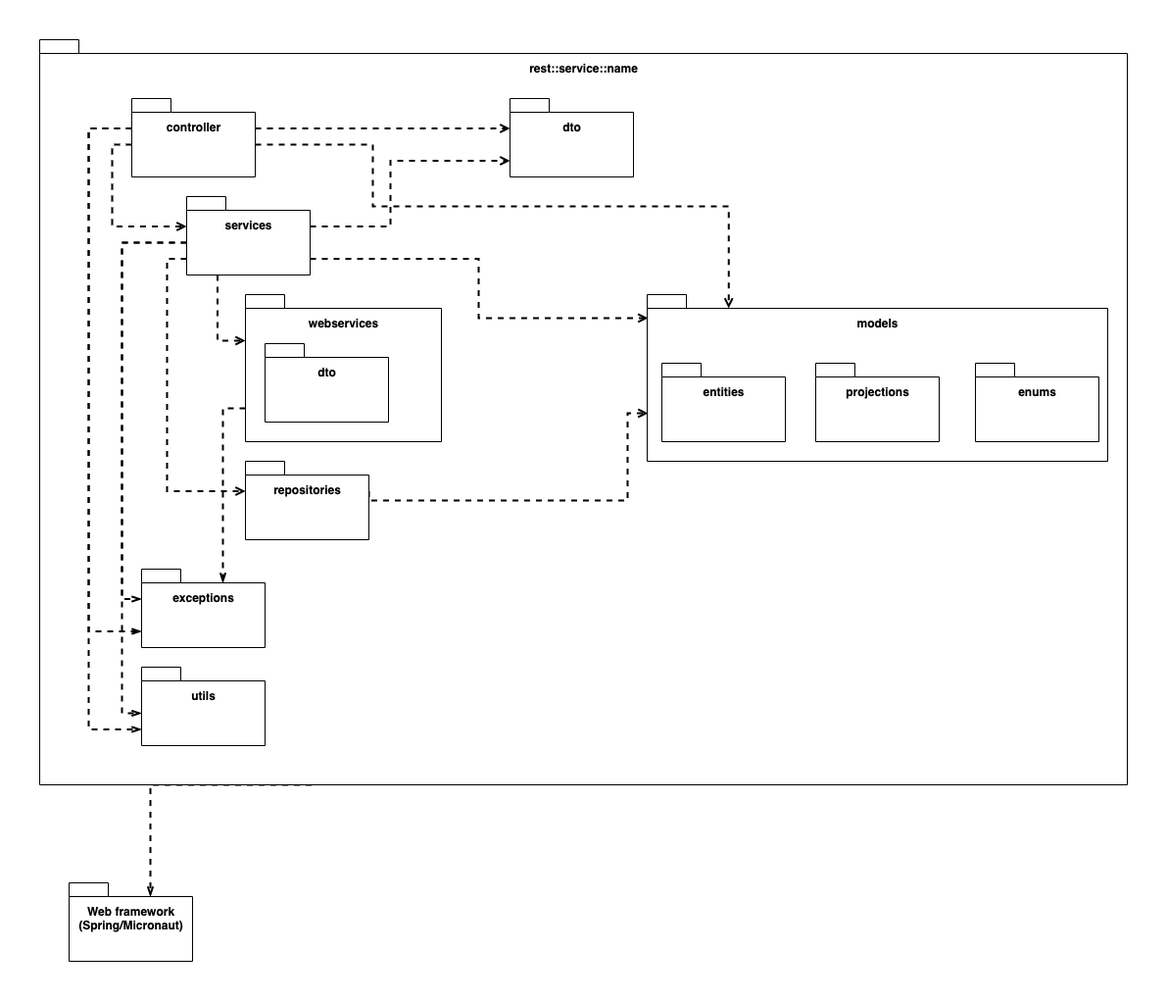
Before: diagrams/UML_Package_Backend_Service_Template.png, a diagram exported from draw.io (henrikengelbrink/se35-docs). Source tidied: cells renumbered, new cells last; positions are measured from the earlier drawing's top-left corner, leaving out a move shared by most shapes.
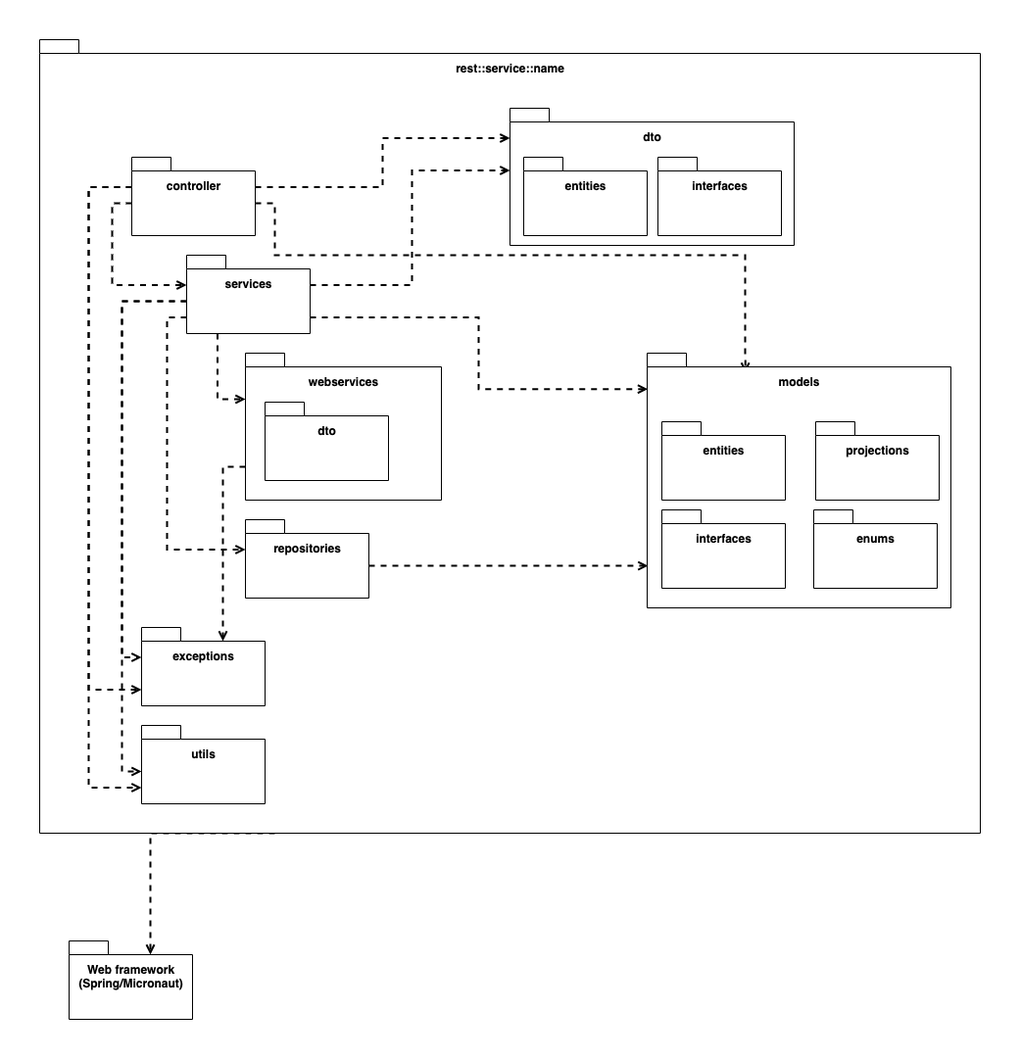
After the commit.

Commit message:
fix: Replaced package uml

Diff of the diagram source:
```diff
@@ -2,15 +2,15 @@
   <root>
     <mxCell id="0" />
     <mxCell id="1" parent="0" />
-    <mxCell id="2" style="edgeStyle=orthogonalEdgeStyle;rounded=0;jettySize=auto;html=1;exitX=0.25;exitY=1;exitDx=0;exitDy=0;exitPerimeter=0;entryX=0;entryY=0;entryDx=83;entryDy=14;entryPerimeter=0;dashed=1;endArrow=openThin;endFill=0;strokeWidth=2;" parent="1" edge="1" source="3" target="30">
+    <mxCell id="2" style="edgeStyle=orthogonalEdgeStyle;rounded=0;jettySize=auto;html=1;exitX=0.25;exitY=1;exitDx=0;exitDy=0;exitPerimeter=0;entryX=0;entryY=0;entryDx=83;entryDy=14;entryPerimeter=0;dashed=1;endArrow=open;endFill=0;strokeWidth=2;" parent="1" edge="1" source="3" target="30">
       <mxGeometry relative="1" as="geometry">
         <Array as="points">
-          <mxPoint x="113" y="760" />
+          <mxPoint x="113" y="750" />
         </Array>
       </mxGeometry>
     </mxCell>
     <mxCell id="3" value="rest::service::name" style="shape=folder;fontStyle=1;spacingTop=16;tabWidth=40;tabHeight=14;tabPosition=left;html=1;verticalAlign=top;" parent="1" vertex="1">
-      <mxGeometry width="1110" height="760" as="geometry" />
+      <mxGeometry y="-60" width="960" height="810" as="geometry" />
     </mxCell>
     <mxCell id="4" style="edgeStyle=orthogonalEdgeStyle;rounded=0;jettySize=auto;html=1;exitX=0;exitY=0;exitDx=0;exitDy=47;exitPerimeter=0;entryX=0;entryY=0;entryDx=0;entryDy=30.5;entryPerimeter=0;strokeWidth=2;dashed=1;endArrow=open;endFill=0;" parent="1" edge="1" source="9" target="16">
       <mxGeometry relative="1" as="geometry">
@@ -23,16 +23,7 @@
     <mxCell id="5" style="edgeStyle=orthogonalEdgeStyle;rounded=0;jettySize=auto;html=1;exitX=0;exitY=0;exitDx=126;exitDy=30.5;exitPerimeter=0;entryX=0;entryY=0;entryDx=0;entryDy=30.5;entryPerimeter=0;strokeWidth=2;dashed=1;endArrow=open;endFill=0;" parent="1" edge="1" source="9" target="21">
       <mxGeometry relative="1" as="geometry" />
     </mxCell>
-    <mxCell id="6" style="edgeStyle=orthogonalEdgeStyle;rounded=0;jettySize=auto;html=1;exitX=0;exitY=0;exitDx=126;exitDy=47;exitPerimeter=0;entryX=0.177;entryY=0.082;entryDx=0;entryDy=0;entryPerimeter=0;strokeWidth=2;dashed=1;endArrow=open;endFill=0;" parent="1" edge="1" source="9" target="25">
-      <mxGeometry relative="1" as="geometry">
-        <Array as="points">
-          <mxPoint x="340" y="107" />
-          <mxPoint x="340" y="170" />
-          <mxPoint x="703" y="170" />
-        </Array>
-      </mxGeometry>
-    </mxCell>
-    <mxCell id="7" style="edgeStyle=orthogonalEdgeStyle;rounded=0;jettySize=auto;html=1;exitX=0;exitY=0;exitDx=0;exitDy=30.5;exitPerimeter=0;entryX=0;entryY=0;entryDx=0;entryDy=63.5;entryPerimeter=0;dashed=1;endArrow=openThin;endFill=0;strokeWidth=2;" parent="1" edge="1" source="9" target="22">
+    <mxCell id="7" style="edgeStyle=orthogonalEdgeStyle;rounded=0;jettySize=auto;html=1;exitX=0;exitY=0;exitDx=0;exitDy=30.5;exitPerimeter=0;entryX=0;entryY=0;entryDx=0;entryDy=63.5;entryPerimeter=0;dashed=1;endArrow=open;endFill=0;strokeWidth=2;" parent="1" edge="1" source="9" target="22">
       <mxGeometry relative="1" as="geometry">
         <Array as="points">
           <mxPoint x="50" y="91" />
@@ -40,7 +31,7 @@
         </Array>
       </mxGeometry>
     </mxCell>
-    <mxCell id="8" style="edgeStyle=orthogonalEdgeStyle;rounded=0;jettySize=auto;html=1;exitX=0;exitY=0;exitDx=0;exitDy=30.5;exitPerimeter=0;entryX=0;entryY=0;entryDx=0;entryDy=63.5;entryPerimeter=0;dashed=1;endArrow=openThin;endFill=0;strokeWidth=2;" parent="1" edge="1" source="9" target="23">
+    <mxCell id="8" style="edgeStyle=orthogonalEdgeStyle;rounded=0;jettySize=auto;html=1;exitX=0;exitY=0;exitDx=0;exitDy=30.5;exitPerimeter=0;entryX=0;entryY=0;entryDx=0;entryDy=63.5;entryPerimeter=0;dashed=1;endArrow=open;endFill=0;strokeWidth=2;" parent="1" edge="1" source="9" target="23">
       <mxGeometry relative="1" as="geometry">
         <Array as="points">
           <mxPoint x="50" y="91" />
@@ -48,6 +39,15 @@
         </Array>
       </mxGeometry>
     </mxCell>
+    <mxCell id="6" style="edgeStyle=orthogonalEdgeStyle;rounded=0;jettySize=auto;html=1;exitX=0;exitY=0;exitDx=126;exitDy=47;exitPerimeter=0;entryX=0.323;entryY=0.077;entryDx=0;entryDy=0;entryPerimeter=0;strokeWidth=2;dashed=1;endArrow=open;endFill=0;" parent="1" edge="1" source="9" target="25">
+      <mxGeometry relative="1" as="geometry">
+        <Array as="points">
+          <mxPoint x="240" y="107" />
+          <mxPoint x="240" y="160" />
+          <mxPoint x="720" y="160" />
+        </Array>
+      </mxGeometry>
+    </mxCell>
     <mxCell id="9" value="controller" style="shape=folder;fontStyle=1;spacingTop=16;tabWidth=40;tabHeight=14;tabPosition=left;html=1;verticalAlign=top;" parent="1" vertex="1">
       <mxGeometry x="94" y="60" width="126" height="80" as="geometry" />
     </mxCell>
@@ -57,8 +57,8 @@
     <mxCell id="11" style="edgeStyle=orthogonalEdgeStyle;rounded=0;jettySize=auto;html=1;exitX=0;exitY=0;exitDx=126;exitDy=30.5;exitPerimeter=0;entryX=0;entryY=0;entryDx=0;entryDy=63.5;entryPerimeter=0;strokeWidth=2;dashed=1;endArrow=open;endFill=0;" parent="1" edge="1" source="16" target="21">
       <mxGeometry relative="1" as="geometry">
         <Array as="points">
-          <mxPoint x="358" y="191" />
-          <mxPoint x="358" y="124" />
+          <mxPoint x="380" y="191" />
+          <mxPoint x="380" y="74" />
         </Array>
       </mxGeometry>
     </mxCell>
@@ -66,42 +66,36 @@
       <mxGeometry relative="1" as="geometry">
         <Array as="points">
           <mxPoint x="448" y="224" />
-          <mxPoint x="448" y="284" />
+          <mxPoint x="448" y="297" />
         </Array>
       </mxGeometry>
     </mxCell>
     <mxCell id="13" style="edgeStyle=orthogonalEdgeStyle;rounded=0;jettySize=auto;html=1;exitX=0.25;exitY=1;exitDx=0;exitDy=0;exitPerimeter=0;entryX=0;entryY=0;entryDx=0;entryDy=47;entryPerimeter=0;strokeWidth=2;dashed=1;endArrow=open;endFill=0;" parent="1" edge="1" source="16" target="20">
       <mxGeometry relative="1" as="geometry" />
     </mxCell>
-    <mxCell id="14" style="edgeStyle=orthogonalEdgeStyle;rounded=0;jettySize=auto;html=1;exitX=0;exitY=0;exitDx=0;exitDy=47;exitPerimeter=0;entryX=0;entryY=0;entryDx=0;entryDy=30.5;entryPerimeter=0;dashed=1;endArrow=openThin;endFill=0;strokeWidth=2;" parent="1" edge="1" source="16" target="22">
+    <mxCell id="14" style="edgeStyle=orthogonalEdgeStyle;rounded=0;jettySize=auto;html=1;exitX=0;exitY=0;exitDx=0;exitDy=47;exitPerimeter=0;entryX=0;entryY=0;entryDx=0;entryDy=30.5;entryPerimeter=0;dashed=1;endArrow=open;endFill=0;strokeWidth=2;" parent="1" edge="1" source="16" target="22">
       <mxGeometry relative="1" as="geometry" />
     </mxCell>
-    <mxCell id="15" style="edgeStyle=orthogonalEdgeStyle;rounded=0;jettySize=auto;html=1;exitX=0;exitY=0;exitDx=0;exitDy=47;exitPerimeter=0;entryX=0;entryY=0;entryDx=0;entryDy=47;entryPerimeter=0;dashed=1;endArrow=openThin;endFill=0;strokeWidth=2;" parent="1" edge="1" source="16" target="23">
+    <mxCell id="15" style="edgeStyle=orthogonalEdgeStyle;rounded=0;jettySize=auto;html=1;exitX=0;exitY=0;exitDx=0;exitDy=47;exitPerimeter=0;entryX=0;entryY=0;entryDx=0;entryDy=47;entryPerimeter=0;dashed=1;endArrow=open;endFill=0;strokeWidth=2;" parent="1" edge="1" source="16" target="23">
       <mxGeometry relative="1" as="geometry" />
     </mxCell>
     <mxCell id="16" value="services" style="shape=folder;fontStyle=1;spacingTop=16;tabWidth=40;tabHeight=14;tabPosition=left;html=1;verticalAlign=top;" parent="1" vertex="1">
       <mxGeometry x="150" y="160" width="126" height="80" as="geometry" />
     </mxCell>
-    <mxCell id="17" style="edgeStyle=orthogonalEdgeStyle;rounded=0;jettySize=auto;html=1;exitX=0;exitY=0;exitDx=126;exitDy=30.5;exitPerimeter=0;entryX=0.002;entryY=0.712;entryDx=0;entryDy=0;entryPerimeter=0;strokeWidth=2;dashed=1;endArrow=open;endFill=0;" parent="1" edge="1" source="18" target="25">
-      <mxGeometry relative="1" as="geometry">
-        <Array as="points">
-          <mxPoint x="336" y="470" />
-          <mxPoint x="600" y="470" />
-          <mxPoint x="600" y="381" />
-        </Array>
-      </mxGeometry>
+    <mxCell id="17" style="edgeStyle=orthogonalEdgeStyle;rounded=0;jettySize=auto;html=1;exitX=0;exitY=0;exitDx=126;exitDy=47;exitPerimeter=0;entryX=0.003;entryY=0.835;entryDx=0;entryDy=0;entryPerimeter=0;dashed=1;strokeWidth=2;endArrow=open;endFill=0;" parent="1" edge="1" source="18" target="25">
+      <mxGeometry relative="1" as="geometry" />
     </mxCell>
     <mxCell id="18" value="repositories" style="shape=folder;fontStyle=1;spacingTop=16;tabWidth=40;tabHeight=14;tabPosition=left;html=1;verticalAlign=top;" parent="1" vertex="1">
       <mxGeometry x="210" y="430" width="126" height="80" as="geometry" />
     </mxCell>
-    <mxCell id="19" style="edgeStyle=orthogonalEdgeStyle;rounded=0;jettySize=auto;html=1;exitX=0;exitY=0;exitDx=0;exitDy=116;exitPerimeter=0;entryX=0;entryY=0;entryDx=83;entryDy=14;entryPerimeter=0;dashed=1;endArrow=openThin;endFill=0;strokeWidth=2;" parent="1" edge="1" source="20" target="22">
+    <mxCell id="19" style="edgeStyle=orthogonalEdgeStyle;rounded=0;jettySize=auto;html=1;exitX=0;exitY=0;exitDx=0;exitDy=116;exitPerimeter=0;entryX=0;entryY=0;entryDx=83;entryDy=14;entryPerimeter=0;dashed=1;endArrow=open;endFill=0;strokeWidth=2;" parent="1" edge="1" source="20" target="22">
       <mxGeometry relative="1" as="geometry" />
     </mxCell>
     <mxCell id="20" value="webservices" style="shape=folder;fontStyle=1;spacingTop=16;tabWidth=40;tabHeight=14;tabPosition=left;html=1;verticalAlign=top;" parent="1" vertex="1">
       <mxGeometry x="210" y="260" width="200" height="150" as="geometry" />
     </mxCell>
     <mxCell id="21" value="dto" style="shape=folder;fontStyle=1;spacingTop=16;tabWidth=40;tabHeight=14;tabPosition=left;html=1;verticalAlign=top;" parent="1" vertex="1">
-      <mxGeometry x="480" y="60" width="126" height="80" as="geometry" />
+      <mxGeometry x="480" y="10" width="290" height="140" as="geometry" />
     </mxCell>
     <mxCell id="22" value="exceptions" style="shape=folder;fontStyle=1;spacingTop=16;tabWidth=40;tabHeight=14;tabPosition=left;html=1;verticalAlign=top;" parent="1" vertex="1">
       <mxGeometry x="104" y="540" width="126" height="80" as="geometry" />
@@ -109,26 +103,35 @@
     <mxCell id="23" value="utils" style="shape=folder;fontStyle=1;spacingTop=16;tabWidth=40;tabHeight=14;tabPosition=left;html=1;verticalAlign=top;" parent="1" vertex="1">
       <mxGeometry x="104" y="640" width="126" height="80" as="geometry" />
     </mxCell>
-    <mxCell id="24" style="group;" parent="1" vertex="1">
-      <mxGeometry x="620" y="260" width="470" height="170" as="geometry" />
-    </mxCell>
+    <mxCell id="29" value="dto" style="shape=folder;fontStyle=1;spacingTop=16;tabWidth=40;tabHeight=14;tabPosition=left;html=1;verticalAlign=top;" parent="1" vertex="1">
+      <mxGeometry x="230" y="310" width="126" height="80" as="geometry" />
+    </mxCell>
+    <mxCell id="30" value="Web framework&lt;br&gt;(Spring/Micronaut)" style="shape=folder;fontStyle=1;spacingTop=16;tabWidth=40;tabHeight=14;tabPosition=left;html=1;verticalAlign=top;" parent="1" vertex="1">
+      <mxGeometry x="30" y="860" width="126" height="80" as="geometry" />
+    </mxCell>
-    <mxCell id="25" value="models" style="shape=folder;fontStyle=1;spacingTop=16;tabWidth=40;tabHeight=14;tabPosition=left;html=1;verticalAlign=top;" parent="24" vertex="1">
-      <mxGeometry width="470" height="170" as="geometry" />
+    <mxCell id="25" value="models" style="shape=folder;fontStyle=1;spacingTop=16;tabWidth=40;tabHeight=14;tabPosition=left;html=1;verticalAlign=top;" parent="1" vertex="1">
+      <mxGeometry x="620" y="260" width="310" height="260" as="geometry" />
     </mxCell>
-    <mxCell id="26" value="entities" style="shape=folder;fontStyle=1;spacingTop=16;tabWidth=40;tabHeight=14;tabPosition=left;html=1;verticalAlign=top;" parent="24" vertex="1">
-      <mxGeometry x="15" y="70" width="126" height="80" as="geometry" />
+    <mxCell id="26" value="entities" style="shape=folder;fontStyle=1;spacingTop=16;tabWidth=40;tabHeight=14;tabPosition=left;html=1;verticalAlign=top;" parent="1" vertex="1">
+      <mxGeometry x="635" y="330" width="126" height="80" as="geometry" />
     </mxCell>
-    <mxCell id="27" value="projections" style="shape=folder;fontStyle=1;spacingTop=16;tabWidth=40;tabHeight=14;tabPosition=left;html=1;verticalAlign=top;" parent="24" vertex="1">
-      <mxGeometry x="172" y="70" width="126" height="80" as="geometry" />
+    <mxCell id="27" value="projections" style="shape=folder;fontStyle=1;spacingTop=16;tabWidth=40;tabHeight=14;tabPosition=left;html=1;verticalAlign=top;" parent="1" vertex="1">
+      <mxGeometry x="792" y="330" width="126" height="80" as="geometry" />
     </mxCell>
-    <mxCell id="28" value="enums" style="shape=folder;fontStyle=1;spacingTop=16;tabWidth=40;tabHeight=14;tabPosition=left;html=1;verticalAlign=top;" parent="24" vertex="1">
-      <mxGeometry x="335" y="70" width="126" height="80" as="geometry" />
+    <mxCell id="28" value="interfaces" style="shape=folder;fontStyle=1;spacingTop=16;tabWidth=40;tabHeight=14;tabPosition=left;html=1;verticalAlign=top;" parent="1" vertex="1">
+      <mxGeometry x="635" y="420" width="126" height="80" as="geometry" />
     </mxCell>
-    <mxCell id="29" value="dto" style="shape=folder;fontStyle=1;spacingTop=16;tabWidth=40;tabHeight=14;tabPosition=left;html=1;verticalAlign=top;" parent="1" vertex="1">
-      <mxGeometry x="230" y="310" width="126" height="80" as="geometry" />
-    </mxCell>
-    <mxCell id="30" value="Web framework&lt;br&gt;(Spring/Micronaut)" style="shape=folder;fontStyle=1;spacingTop=16;tabWidth=40;tabHeight=14;tabPosition=left;html=1;verticalAlign=top;" parent="1" vertex="1">
-      <mxGeometry x="30" y="860" width="126" height="80" as="geometry" />
-    </mxCell>
+    <mxCell id="31" value="enums" style="shape=folder;fontStyle=1;spacingTop=16;tabWidth=40;tabHeight=14;tabPosition=left;html=1;verticalAlign=top;" parent="1" vertex="1">
+      <mxGeometry x="790" y="420" width="126" height="80" as="geometry" />
+    </mxCell>
+    <mxCell id="32" value="entities" style="shape=folder;fontStyle=1;spacingTop=16;tabWidth=40;tabHeight=14;tabPosition=left;html=1;verticalAlign=top;" parent="1" vertex="1">
+      <mxGeometry x="494" y="60" width="126" height="80" as="geometry" />
+    </mxCell>
+    <mxCell id="33" value="interfaces" style="shape=folder;fontStyle=1;spacingTop=16;tabWidth=40;tabHeight=14;tabPosition=left;html=1;verticalAlign=top;" parent="1" vertex="1">
+      <mxGeometry x="631" y="60" width="126" height="80" as="geometry" />
+    </mxCell>
+    <mxCell id="34" style="edgeStyle=orthogonalEdgeStyle;rounded=0;orthogonalLoop=1;jettySize=auto;html=1;exitX=0.5;exitY=1;exitDx=0;exitDy=0;exitPerimeter=0;" parent="1" edge="1" source="3" target="3">
+      <mxGeometry relative="1" as="geometry" />
+    </mxCell>
   </root>
 </mxGraphModel>
```
